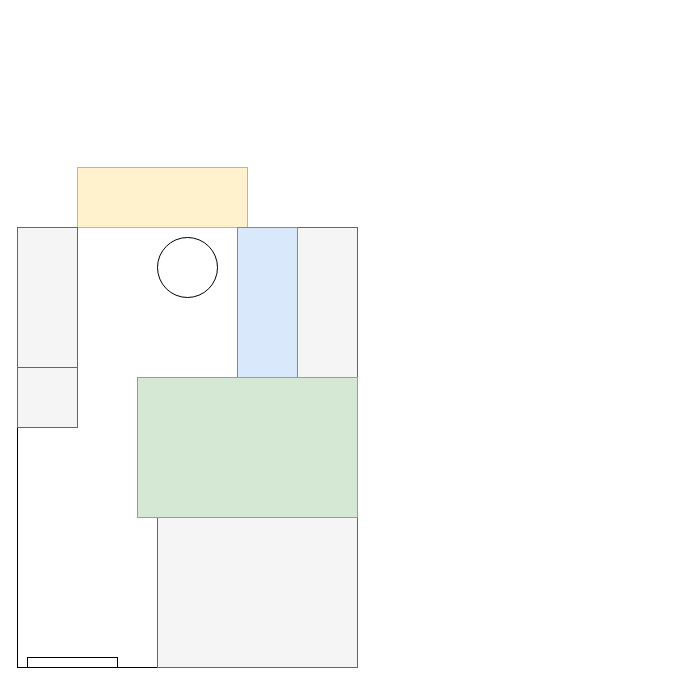
Rightglow/easy_timer keeps this draw.io diagram as Untitled Diagram.drawio. Above is the earlier version. Source tidied: cells renumbered, new cells numbered last; positions are measured from the earlier drawing's top-left corner, leaving out a move shared by most shapes. Both pictures are drawn from the tidied source at 100%, with x=0, y=0 at pixel (17, 167).
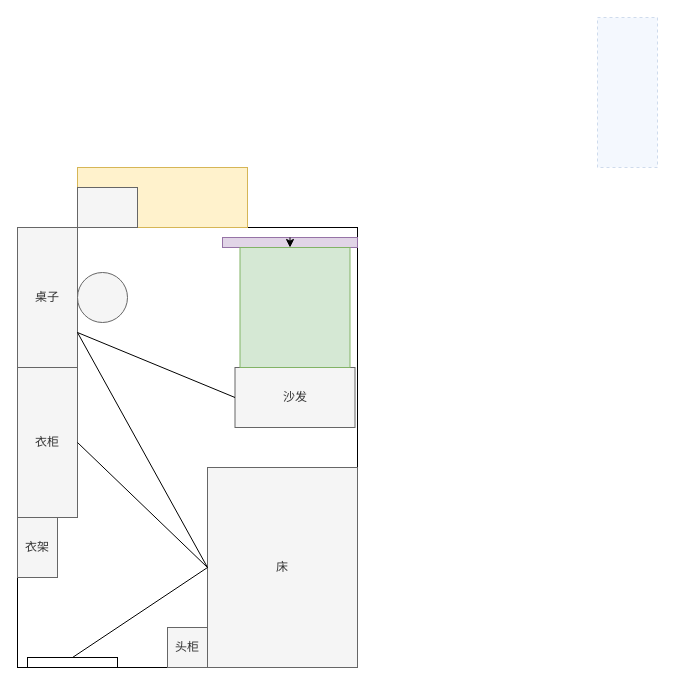
The same diagram, later.

The change refers to these unchanged cells:
```xml
<mxCell id="6" style="rounded=0;whiteSpace=wrap;html=1;" parent="1" vertex="1">
  <mxGeometry x="10" y="490" width="90" height="10" as="geometry" />
</mxCell>
```

Diff of the diagram source:
```diff
@@
-    <mxCell id="4" style="rounded=0;whiteSpace=wrap;html=1;fillColor=#f5f5f5;fontColor=#333333;strokeColor=#666666;" parent="1" vertex="1">
-      <mxGeometry x="280" y="60" width="60" height="150" as="geometry" />
+    <mxCell id="4" value="衣柜" style="rounded=0;whiteSpace=wrap;html=1;fillColor=#f5f5f5;fontColor=#333333;strokeColor=#666666;direction=west;" parent="1" vertex="1">
+      <mxGeometry y="200" width="60" height="150" as="geometry" />
     </mxCell>
-    <mxCell id="5" style="rounded=0;whiteSpace=wrap;html=1;fillColor=#f5f5f5;fontColor=#333333;strokeColor=#666666;" parent="1" vertex="1">
-      <mxGeometry x="140" y="350" width="200" height="150" as="geometry" />
+    <mxCell id="5" value="床" style="rounded=0;whiteSpace=wrap;html=1;fillColor=#f5f5f5;fontColor=#333333;strokeColor=#666666;direction=south;" parent="1" vertex="1">
+      <mxGeometry x="190" y="300" width="150" height="200" as="geometry" />
     </mxCell>
@@
     <mxCell id="7" style="rounded=0;whiteSpace=wrap;html=1;fillColor=#f5f5f5;fontColor=#333333;strokeColor=#666666;" parent="1" vertex="1">
-      <mxGeometry y="200" width="60" height="60" as="geometry" />
+      <mxGeometry x="60" y="20" width="60" height="40" as="geometry" />
     </mxCell>
-    <mxCell id="8" style="rounded=0;whiteSpace=wrap;html=1;fillColor=#dae8fc;strokeColor=#6c8ebf;" parent="1" vertex="1">
-      <mxGeometry x="220" y="60" width="60" height="150" as="geometry" />
+    <mxCell id="8" style="rounded=0;whiteSpace=wrap;html=1;fillColor=#dae8fc;strokeColor=#6c8ebf;shadow=0;glass=0;opacity=30;dashed=1;" parent="1" vertex="1">
+      <mxGeometry x="580" y="-150" width="60" height="150" as="geometry" />
     </mxCell>
-    <mxCell id="9" style="rounded=0;whiteSpace=wrap;html=1;fillColor=#d5e8d4;strokeColor=#82b366;" parent="1" vertex="1">
-      <mxGeometry x="120" y="210" width="220" height="140" as="geometry" />
-    </mxCell>
-    <mxCell id="10" style="rounded=0;whiteSpace=wrap;html=1;fillColor=#f5f5f5;fontColor=#333333;strokeColor=#666666;direction=south;" parent="1" vertex="1">
+    <mxCell id="10" value="桌子" style="rounded=0;whiteSpace=wrap;html=1;fillColor=#f5f5f5;fontColor=#333333;strokeColor=#666666;direction=south;" parent="1" vertex="1">
       <mxGeometry y="60" width="60" height="140" as="geometry" />
     </mxCell>
-    <mxCell id="11" style="ellipse;whiteSpace=wrap;html=1;" parent="1" vertex="1">
-      <mxGeometry x="140" y="70" width="60" height="60" as="geometry" />
+    <mxCell id="11" style="ellipse;whiteSpace=wrap;html=1;fillColor=#f5f5f5;fontColor=#333333;strokeColor=#666666;" parent="1" vertex="1">
+      <mxGeometry x="60" y="105" width="50" height="50" as="geometry" />
     </mxCell>
+    <mxCell id="12" value="头柜" style="rounded=0;whiteSpace=wrap;html=1;fillColor=#f5f5f5;fontColor=#333333;strokeColor=#666666;" parent="1" vertex="1">
+      <mxGeometry x="150" y="460" width="40" height="40" as="geometry" />
+    </mxCell>
+    <mxCell id="13" style="rounded=0;whiteSpace=wrap;html=1;fillColor=#e1d5e7;strokeColor=#9673a6;direction=north;" parent="1" vertex="1">
+      <mxGeometry x="205" y="70" width="135" height="10" as="geometry" />
+    </mxCell>
+    <mxCell id="14" value="沙发" style="rounded=0;whiteSpace=wrap;html=1;fillColor=#f5f5f5;fontColor=#333333;strokeColor=#666666;direction=south;" parent="1" vertex="1">
+      <mxGeometry x="217.5" y="200" width="120" height="60" as="geometry" />
+    </mxCell>
+    <mxCell id="15" style="rounded=0;whiteSpace=wrap;html=1;fillColor=#d5e8d4;strokeColor=#82b366;" parent="1" vertex="1">
+      <mxGeometry x="222.5" y="80" width="110" height="120" as="geometry" />
+    </mxCell>
+    <mxCell id="16" style="edgeStyle=orthogonalEdgeStyle;rounded=0;orthogonalLoop=1;jettySize=auto;html=1;exitX=1;exitY=0.5;exitDx=0;exitDy=0;entryX=0;entryY=0.5;entryDx=0;entryDy=0;" parent="1" edge="1" source="13" target="13">
+      <mxGeometry relative="1" as="geometry" />
+    </mxCell>
+    <mxCell id="17" style="endArrow=none;html=1;rounded=0;entryX=0.5;entryY=1;entryDx=0;entryDy=0;exitX=0.5;exitY=0;exitDx=0;exitDy=0;" parent="1" edge="1" source="6" target="5">
+      <mxGeometry relative="1" as="geometry" />
+    </mxCell>
+    <mxCell id="18" style="endArrow=none;html=1;rounded=0;exitX=0;exitY=0.5;exitDx=0;exitDy=0;" parent="1" edge="1" source="4">
+      <mxGeometry relative="1" as="geometry">
+        <mxPoint x="190" y="400" as="targetPoint" />
+      </mxGeometry>
+    </mxCell>
+    <mxCell id="19" style="endArrow=none;html=1;rounded=0;exitX=0.75;exitY=0;exitDx=0;exitDy=0;" parent="1" edge="1" source="10">
+      <mxGeometry relative="1" as="geometry">
+        <mxPoint x="190" y="400" as="targetPoint" />
+      </mxGeometry>
+    </mxCell>
+    <mxCell id="20" style="endArrow=none;html=1;rounded=0;exitX=0.75;exitY=0;exitDx=0;exitDy=0;entryX=0.5;entryY=1;entryDx=0;entryDy=0;" parent="1" edge="1" source="10" target="14">
+      <mxGeometry relative="1" as="geometry" />
+    </mxCell>
+    <mxCell id="21" value="衣架" style="rounded=0;whiteSpace=wrap;html=1;fillColor=#f5f5f5;fontColor=#333333;strokeColor=#666666;" parent="1" vertex="1">
+      <mxGeometry y="350" width="40" height="60" as="geometry" />
+    </mxCell>
```
